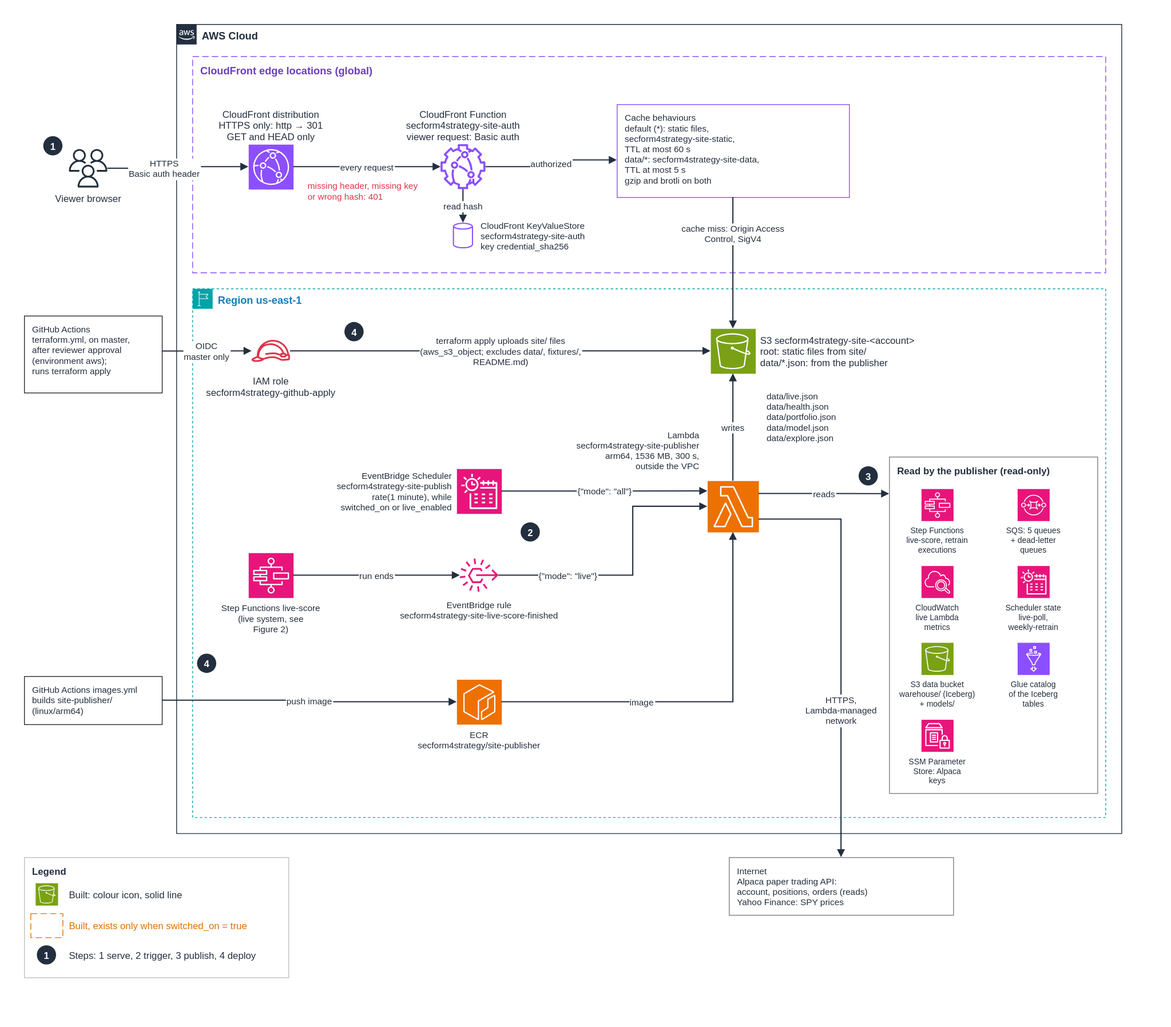
This is docs/diagrams/site-architecture.drawio.svg from josemita87/SecForm4Strategy, a draw.io export, as it was before one commit. Source tidied: cells renumbered, new cells last; positions are measured from the earlier drawing's top-left corner, leaving out a move shared by most shapes.
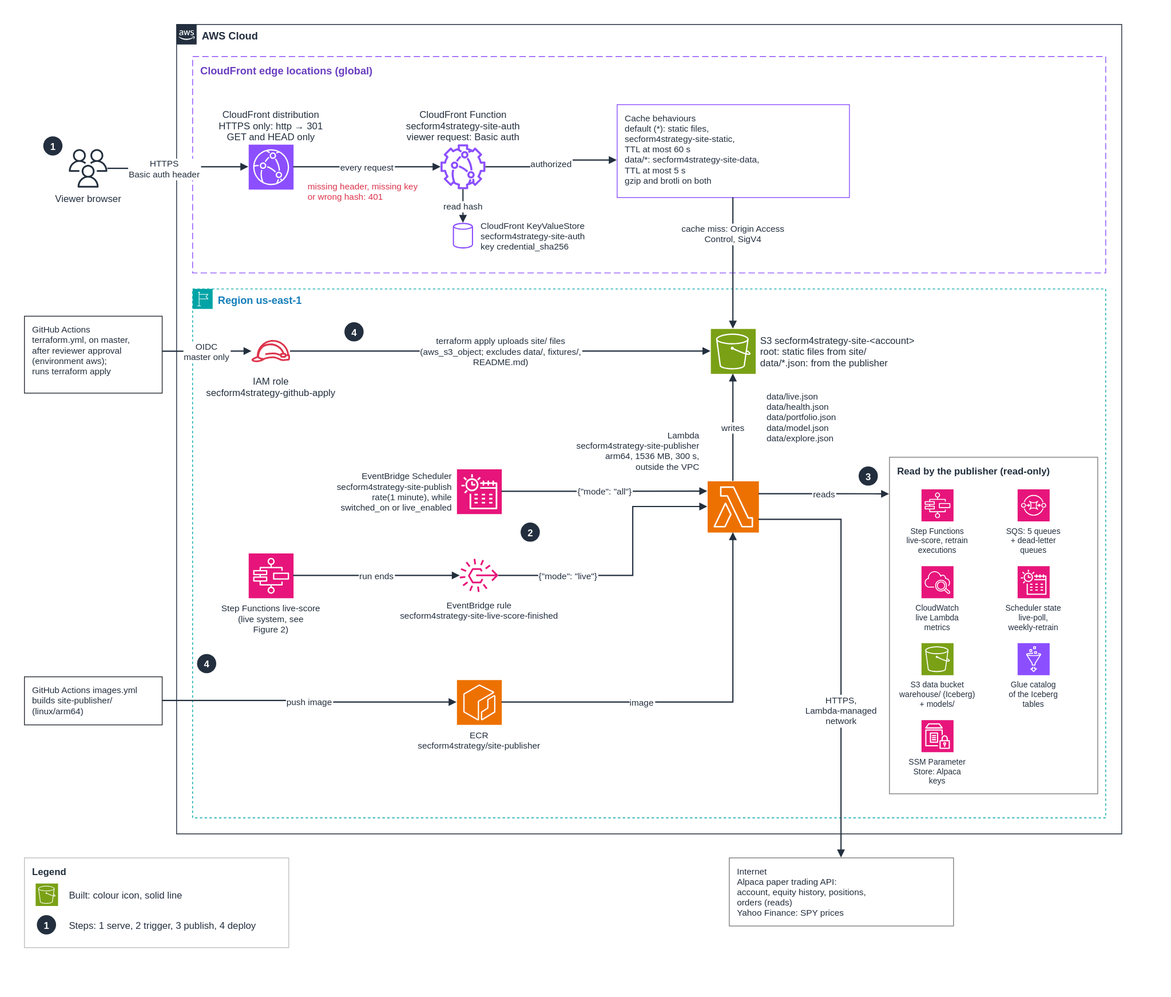
The same diagram one commit later.

What changed in the source:
```diff
@@ -145,8 +145,8 @@
     <mxCell id="47" value="reads" style="edgeStyle=orthogonalEdgeStyle;rounded=0;html=0;endArrow=block;endFill=1;strokeWidth=1.5;strokeColor=#232F3E;fontColor=#232F3E;fontSize=11;labelBackgroundColor=#ffffff;exitX=1;exitY=0.25;exitDx=0;exitDy=0;entryX=0;entryY=0.11;entryDx=0;entryDy=0;" parent="1" edge="1" source="28" target="39">
       <mxGeometry relative="1" as="geometry" />
     </mxCell>
-    <mxCell id="48" value="Internet&#10;Alpaca paper trading API:&#10;  account, positions, orders (reads)&#10;Yahoo Finance: SPY prices" style="rounded=0;arcSize=6;html=0;fillColor=#FFFFFF;strokeColor=#7F7F7F;fontColor=#232F3E;fontSize=11;fontStyle=0;verticalAlign=top;align=left;spacingLeft=8;spacingTop=4;spacingRight=8;" parent="1" vertex="1">
-      <mxGeometry x="880" y="1040" width="280" height="72" as="geometry" />
+    <mxCell id="48" value="Internet&#10;Alpaca paper trading API:&#10;  account, equity history, positions,&#10;  orders (reads)&#10;Yahoo Finance: SPY prices" style="rounded=0;arcSize=6;html=0;fillColor=#FFFFFF;strokeColor=#7F7F7F;fontColor=#232F3E;fontSize=11;fontStyle=0;verticalAlign=top;align=left;spacingLeft=8;spacingTop=4;spacingRight=8;" parent="1" vertex="1">
+      <mxGeometry x="880" y="1040" width="280" height="85" as="geometry" />
     </mxCell>
     <mxCell id="49" value="HTTPS,&#10;Lambda-managed&#10;network" style="edgeStyle=orthogonalEdgeStyle;rounded=0;html=0;endArrow=block;endFill=1;strokeWidth=1.5;strokeColor=#232F3E;fontColor=#232F3E;fontSize=11;labelBackgroundColor=#ffffff;exitX=1;exitY=0.75;exitDx=0;exitDy=0;entryX=0.5;entryY=0;entryDx=0;entryDy=0;" parent="1" edge="1" source="28" target="48">
       <mxGeometry x="0.3" relative="1" as="geometry">
@@ -159,7 +159,7 @@
       <mxGeometry x="1042" y="552" width="24" height="24" as="geometry" />
     </mxCell>
     <mxCell id="51" value="Legend" style="rounded=0;arcSize=6;html=0;fillColor=#FFFFFF;strokeColor=#BFBFBF;fontColor=#232F3E;fontSize=12;fontStyle=1;verticalAlign=top;align=left;spacingLeft=8;spacingTop=4;spacingRight=8;" parent="1" vertex="1">
-      <mxGeometry y="1040" width="330" height="150" as="geometry" />
+      <mxGeometry y="1040" width="330" height="112" as="geometry" />
     </mxCell>
     <mxCell id="52" style="fontColor=#232F3E;fillColor=#7AA116;strokeColor=#ffffff;dashed=0;html=0;fontSize=12;fontStyle=0;shape=mxgraph.aws4.resourceIcon;resIcon=mxgraph.aws4.s3;labelPosition=center;verticalLabelPosition=bottom;verticalAlign=top;align=center;" parent="1" vertex="1">
       <mxGeometry x="14" y="1072" width="28" height="28" as="geometry" />
@@ -167,17 +167,11 @@
     <mxCell id="53" value="Built: colour icon, solid line" style="text;html=0;strokeColor=none;fillColor=none;align=left;verticalAlign=middle;fontSize=12;fontColor=#232F3E;fontStyle=0;" parent="1" vertex="1">
       <mxGeometry x="54" y="1072" width="270" height="28" as="geometry" />
     </mxCell>
-    <mxCell id="54" style="rounded=0;arcSize=6;html=0;fillColor=none;strokeColor=#E07000;fontColor=#232F3E;fontSize=12;fontStyle=0;verticalAlign=top;align=left;spacingLeft=8;spacingTop=4;spacingRight=8;dashed=1;dashPattern=8 4;" parent="1" vertex="1">
-      <mxGeometry x="8" y="1110" width="40" height="30" as="geometry" />
-    </mxCell>
-    <mxCell id="55" value="Built, exists only when switched_on = true" style="text;html=0;strokeColor=none;fillColor=none;align=left;verticalAlign=middle;fontSize=12;fontColor=#E07000;fontStyle=0;" parent="1" vertex="1">
-      <mxGeometry x="54" y="1110" width="270" height="30" as="geometry" />
-    </mxCell>
     <mxCell id="56" value="1" style="ellipse;html=0;fillColor=#232F3E;strokeColor=none;fontColor=#FFFFFF;fontSize=12;fontStyle=1;align=center;verticalAlign=middle;" parent="1" vertex="1">
-      <mxGeometry x="16" y="1150" width="24" height="24" as="geometry" />
+      <mxGeometry x="16" y="1112" width="24" height="24" as="geometry" />
     </mxCell>
     <mxCell id="57" value="Steps: 1 serve, 2 trigger, 3 publish, 4 deploy" style="text;html=0;strokeColor=none;fillColor=none;align=left;verticalAlign=middle;fontSize=12;fontColor=#232F3E;fontStyle=0;" parent="1" vertex="1">
-      <mxGeometry x="54" y="1148" width="270" height="28" as="geometry" />
+      <mxGeometry x="54" y="1110" width="270" height="28" as="geometry" />
     </mxCell>
   </root>
 </mxGraphModel>
```
